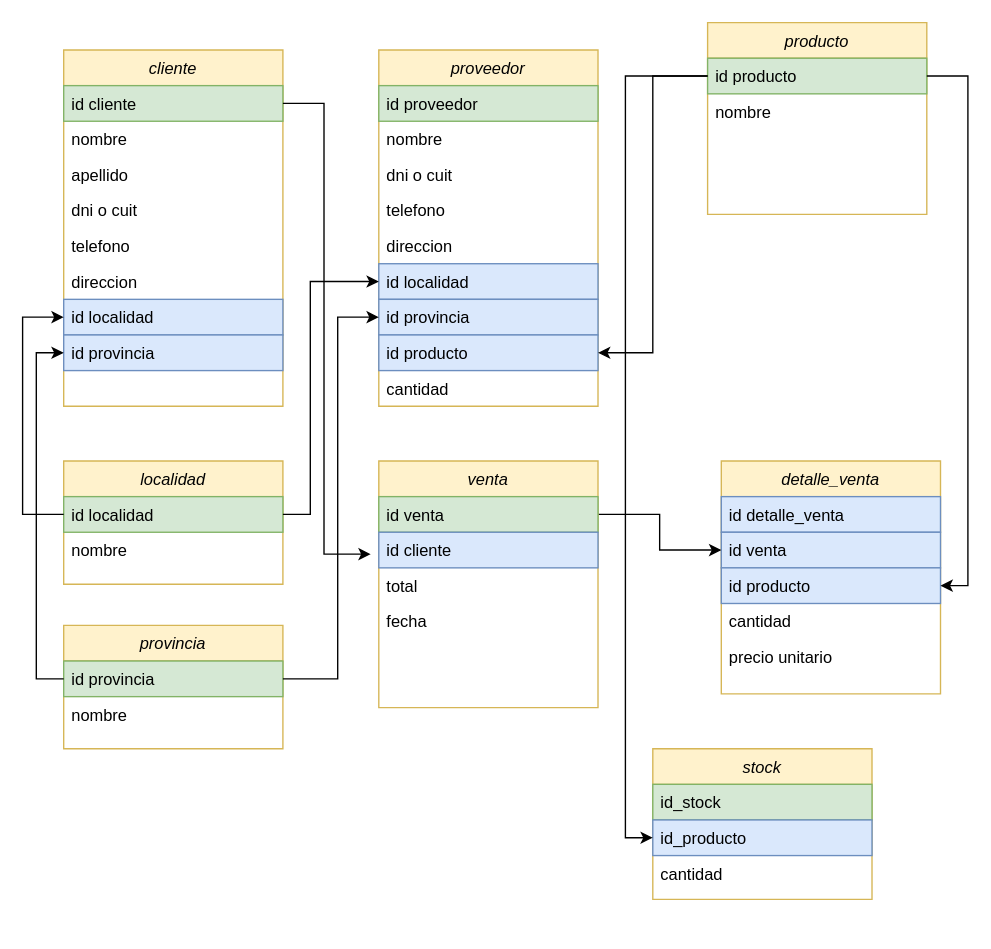
The draw.io diagram Diagrama sin título.drawio in raul0405/miproyecto, before the edit. Source tidied: cells renumbered, new cells numbered last; positions are measured from the earlier drawing's top-left corner, leaving out a move shared by most shapes. Both pictures are drawn from the tidied source at 137%, with x=0, y=0 at pixel (22, 22).
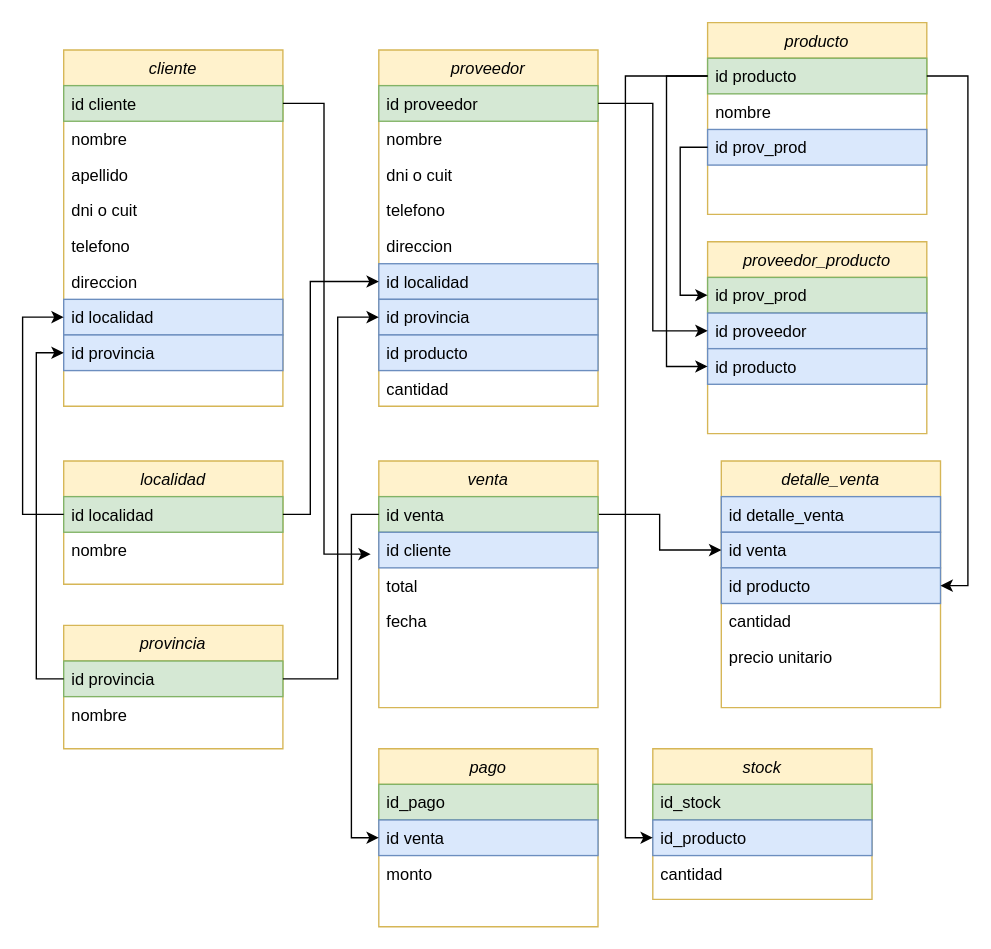
The same page after the edit.

Unchanged cells that the change refers to:
```xml
<mxCell id="12" value="id proveedor" style="text;align=left;verticalAlign=top;spacingLeft=4;spacingRight=4;overflow=hidden;points=[[0,0.5],[1,0.5]];portConstraint=eastwest;fillColor=#d5e8d4;strokeColor=#82b366;" parent="11" vertex="1">
  <mxGeometry y="26" width="160" height="26" as="geometry" />
</mxCell>
<mxCell id="19" value="id producto" style="text;align=left;verticalAlign=top;spacingLeft=4;spacingRight=4;overflow=hidden;points=[[0,0.5],[1,0.5]];portConstraint=eastwest;rounded=0;shadow=0;html=0;fillColor=#dae8fc;strokeColor=#6c8ebf;" parent="11" vertex="1">
  <mxGeometry y="208" width="160" height="26" as="geometry" />
</mxCell>
<mxCell id="21" value="producto" style="swimlane;fontStyle=2;align=center;verticalAlign=top;horizontal=1;startSize=26;rounded=0;shadow=0;strokeWidth=1;fillColor=#fff2cc;strokeColor=#d6b656;" parent="1" vertex="1">
  <mxGeometry x="500" width="160" height="140" as="geometry" />
</mxCell>
<mxCell id="22" value="id producto" style="text;align=left;verticalAlign=top;spacingLeft=4;spacingRight=4;overflow=hidden;points=[[0,0.5],[1,0.5]];portConstraint=eastwest;fillColor=#d5e8d4;strokeColor=#82b366;" parent="21" vertex="1">
  <mxGeometry y="26" width="160" height="26" as="geometry" />
</mxCell>
<mxCell id="44" value="id venta" style="text;align=left;verticalAlign=top;spacingLeft=4;spacingRight=4;overflow=hidden;points=[[0,0.5],[1,0.5]];portConstraint=eastwest;fillColor=#d5e8d4;strokeColor=#82b366;" parent="43" vertex="1">
  <mxGeometry y="26" width="160" height="26" as="geometry" />
</mxCell>
```

Diff of the diagram source:
```diff
@@
+    <mxCell id="54" value="id prov_prod" style="text;align=left;verticalAlign=top;spacingLeft=4;spacingRight=4;overflow=hidden;points=[[0,0.5],[1,0.5]];portConstraint=eastwest;fillColor=#dae8fc;strokeColor=#6c8ebf;" parent="21" vertex="1">
+      <mxGeometry y="78" width="160" height="26" as="geometry" />
+    </mxCell>
@@
-    <mxCell id="32" style="edgeStyle=orthogonalEdgeStyle;rounded=0;jettySize=auto;html=1;exitX=0;exitY=0.5;exitDx=0;exitDy=0;entryX=1;entryY=0.5;entryDx=0;entryDy=0;" parent="1" edge="1" source="22" target="19">
-      <mxGeometry relative="1" as="geometry" />
-    </mxCell>
@@
     <mxCell id="35" value="detalle_venta" style="swimlane;fontStyle=2;align=center;verticalAlign=top;horizontal=1;startSize=26;rounded=0;shadow=0;strokeWidth=1;fillColor=#fff2cc;strokeColor=#d6b656;" parent="1" vertex="1">
-      <mxGeometry x="510" y="320" width="160" height="170" as="geometry" />
+      <mxGeometry x="510" y="320" width="160" height="180" as="geometry" />
     </mxCell>
@@
+    <mxCell id="55" value="proveedor_producto" style="swimlane;fontStyle=2;align=center;verticalAlign=top;horizontal=1;startSize=26;rounded=0;shadow=0;strokeWidth=1;fillColor=#fff2cc;strokeColor=#d6b656;" parent="1" vertex="1">
+      <mxGeometry x="500" y="160" width="160" height="140" as="geometry" />
+    </mxCell>
+    <mxCell id="56" value="id prov_prod" style="text;align=left;verticalAlign=top;spacingLeft=4;spacingRight=4;overflow=hidden;points=[[0,0.5],[1,0.5]];portConstraint=eastwest;fillColor=#d5e8d4;strokeColor=#82b366;" parent="55" vertex="1">
+      <mxGeometry y="26" width="160" height="26" as="geometry" />
+    </mxCell>
+    <mxCell id="57" value="id proveedor" style="text;align=left;verticalAlign=top;spacingLeft=4;spacingRight=4;overflow=hidden;points=[[0,0.5],[1,0.5]];portConstraint=eastwest;fillColor=#dae8fc;strokeColor=#6c8ebf;" parent="55" vertex="1">
+      <mxGeometry y="52" width="160" height="26" as="geometry" />
+    </mxCell>
+    <mxCell id="58" value="id producto" style="text;align=left;verticalAlign=top;spacingLeft=4;spacingRight=4;overflow=hidden;points=[[0,0.5],[1,0.5]];portConstraint=eastwest;fillColor=#dae8fc;strokeColor=#6c8ebf;" parent="55" vertex="1">
+      <mxGeometry y="78" width="160" height="26" as="geometry" />
+    </mxCell>
+    <mxCell id="59" style="edgeStyle=orthogonalEdgeStyle;rounded=0;jettySize=auto;html=1;exitX=0;exitY=0.5;exitDx=0;exitDy=0;entryX=0;entryY=0.5;entryDx=0;entryDy=0;" parent="1" edge="1" source="54" target="56">
+      <mxGeometry relative="1" as="geometry" />
+    </mxCell>
+    <mxCell id="60" style="edgeStyle=orthogonalEdgeStyle;rounded=0;jettySize=auto;html=1;exitX=1;exitY=0.5;exitDx=0;exitDy=0;entryX=0;entryY=0.5;entryDx=0;entryDy=0;" parent="1" edge="1" source="12" target="57">
+      <mxGeometry relative="1" as="geometry" />
+    </mxCell>
+    <mxCell id="61" style="edgeStyle=orthogonalEdgeStyle;rounded=0;jettySize=auto;html=1;exitX=0;exitY=0.5;exitDx=0;exitDy=0;entryX=0;entryY=0.5;entryDx=0;entryDy=0;" parent="1" edge="1" source="22" target="58">
+      <mxGeometry relative="1" as="geometry">
+        <Array as="points">
+          <mxPoint x="470" y="39" />
+          <mxPoint x="470" y="251" />
+        </Array>
+      </mxGeometry>
+    </mxCell>
+    <mxCell id="62" value="pago" style="swimlane;fontStyle=2;align=center;verticalAlign=top;horizontal=1;startSize=26;rounded=0;shadow=0;strokeWidth=1;fillColor=#fff2cc;strokeColor=#d6b656;" parent="1" vertex="1">
+      <mxGeometry x="260" y="530" width="160" height="130" as="geometry" />
+    </mxCell>
+    <mxCell id="63" value="id_pago" style="text;align=left;verticalAlign=top;spacingLeft=4;spacingRight=4;overflow=hidden;fillColor=#d5e8d4;strokeColor=#82b366;" parent="62" vertex="1">
+      <mxGeometry y="26" width="160" height="26" as="geometry" />
+    </mxCell>
+    <mxCell id="64" value="id venta" style="text;align=left;verticalAlign=top;spacingLeft=4;spacingRight=4;overflow=hidden;fillColor=#dae8fc;strokeColor=#6c8ebf;" parent="62" vertex="1">
+      <mxGeometry y="52" width="160" height="26" as="geometry" />
+    </mxCell>
+    <mxCell id="65" value="monto" style="text;align=left;verticalAlign=top;spacingLeft=4;spacingRight=4;overflow=hidden;" parent="62" vertex="1">
+      <mxGeometry y="78" width="160" height="26" as="geometry" />
+    </mxCell>
+    <mxCell id="66" style="edgeStyle=orthogonalEdgeStyle;rounded=0;jettySize=auto;html=1;exitX=0;exitY=0.5;exitDx=0;exitDy=0;entryX=0;entryY=0.5;entryDx=0;entryDy=0;" parent="1" edge="1" source="44" target="62">
+      <mxGeometry relative="1" as="geometry" />
+    </mxCell>
```
